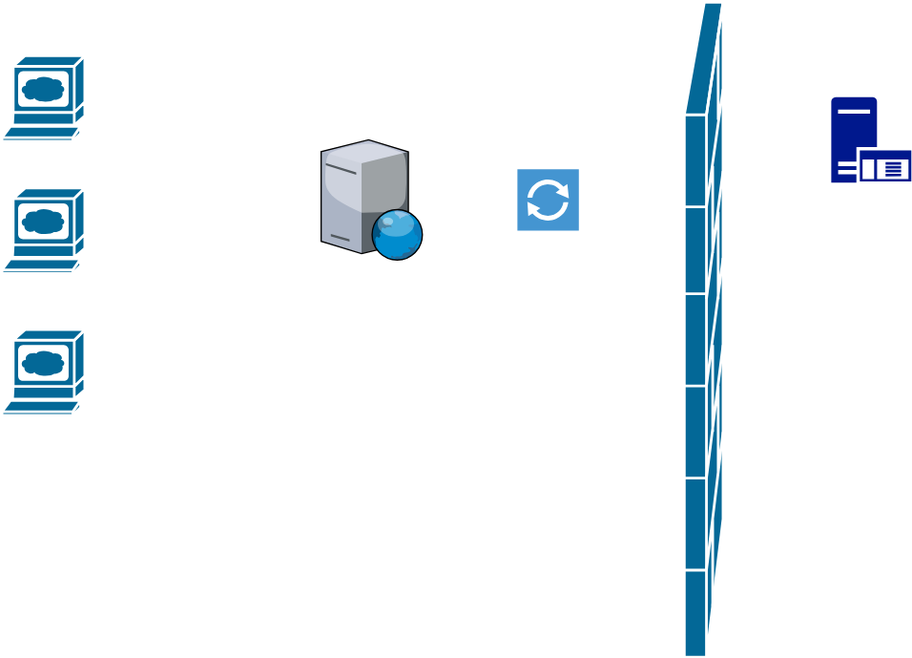
Before: tomcat connectors.svg, a diagram exported from draw.io (krisrad/graphics-tomcat). Source tidied: cells renumbered, new cells last; positions are measured from the earlier drawing's top-left corner, leaving out a move shared by most shapes.
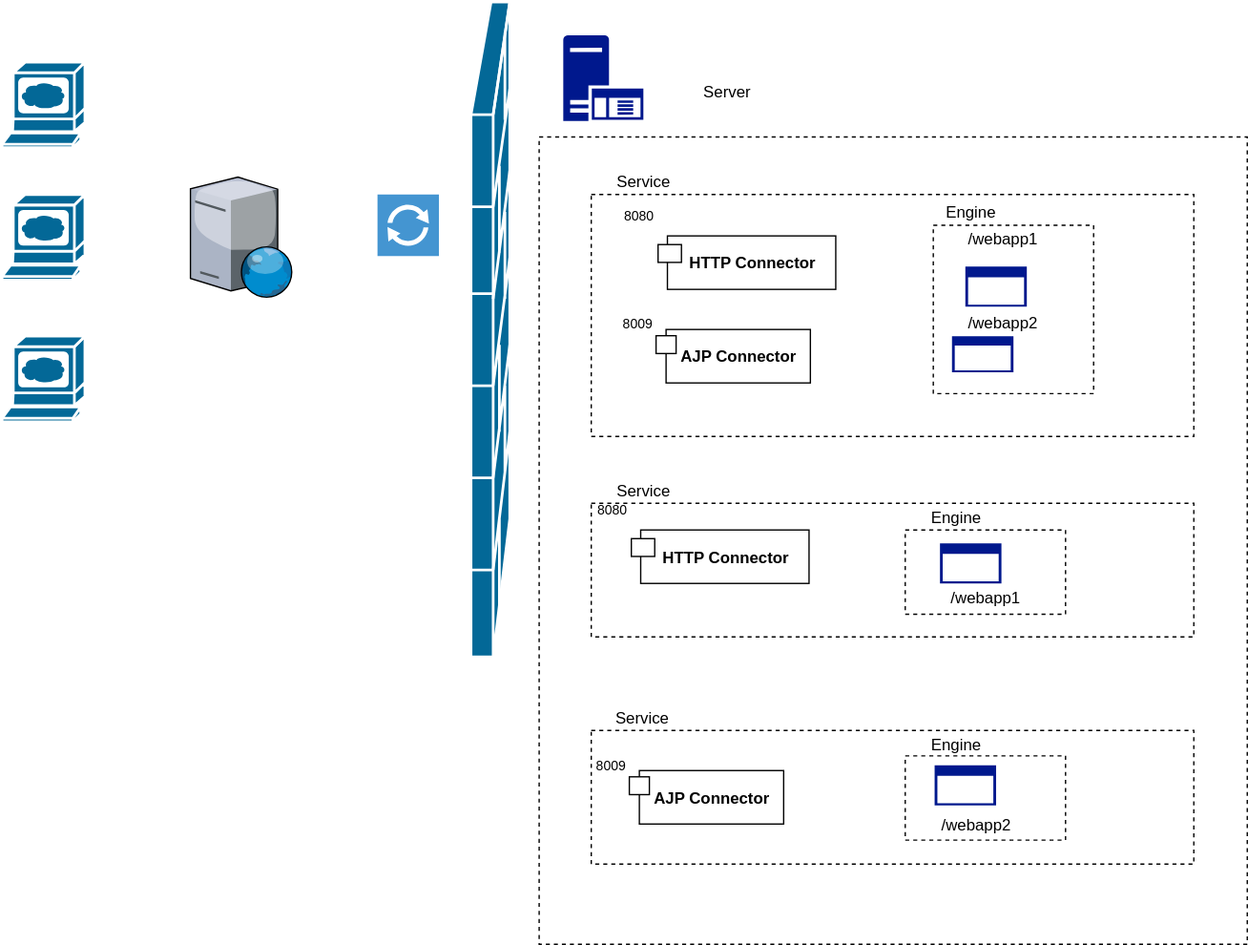
The same diagram one commit later.

Diff of the diagram source:
```diff
@@ -2,17 +2,32 @@
   <root>
     <mxCell id="0" />
     <mxCell id="1" parent="0" />
+    <mxCell id="9" style="rounded=0;whiteSpace=wrap;html=1;fillColor=none;dashed=1;" parent="1" vertex="1">
+      <mxGeometry x="402" y="96" width="530" height="604" as="geometry" />
+    </mxCell>
+    <mxCell id="10" style="rounded=0;whiteSpace=wrap;html=1;fillColor=none;dashed=1;" parent="1" vertex="1">
+      <mxGeometry x="441" y="370" width="451" height="100" as="geometry" />
+    </mxCell>
+    <mxCell id="11" style="rounded=0;whiteSpace=wrap;html=1;fillColor=none;dashed=1;" parent="1" vertex="1">
+      <mxGeometry x="676" y="390" width="120" height="63" as="geometry" />
+    </mxCell>
+    <mxCell id="12" style="rounded=0;whiteSpace=wrap;html=1;fillColor=none;dashed=1;" parent="1" vertex="1">
+      <mxGeometry x="441" y="139" width="451" height="181" as="geometry" />
+    </mxCell>
+    <mxCell id="13" style="rounded=0;whiteSpace=wrap;html=1;fillColor=none;dashed=1;" parent="1" vertex="1">
+      <mxGeometry x="697" y="162" width="120" height="126" as="geometry" />
+    </mxCell>
     <mxCell id="2" style="verticalLabelPosition=bottom;html=1;verticalAlign=top;strokeColor=none;shape=mxgraph.citrix.web_server;" parent="1" vertex="1">
-      <mxGeometry x="239" y="103" width="76.5" height="90" as="geometry" />
+      <mxGeometry x="141" y="126" width="76.5" height="90" as="geometry" />
     </mxCell>
     <mxCell id="3" style="shadow=0;dashed=0;html=1;strokeColor=none;shape=mxgraph.mscae.enterprise.application_server;fillColor=#00188D;" parent="1" vertex="1">
-      <mxGeometry x="621" y="71" width="60" height="64" as="geometry" />
+      <mxGeometry x="420" y="20" width="60" height="64" as="geometry" />
     </mxCell>
     <mxCell id="4" style="shadow=0;dashed=0;html=1;strokeColor=none;fillColor=#4495D1;labelPosition=center;verticalLabelPosition=bottom;verticalAlign=top;shape=mxgraph.veeam.2d.proxy;" parent="1" vertex="1">
-      <mxGeometry x="386" y="125" width="46" height="46" as="geometry" />
+      <mxGeometry x="281" y="139" width="46" height="46" as="geometry" />
     </mxCell>
     <mxCell id="5" style="shape=mxgraph.cisco.security.firewall;html=1;dashed=0;fillColor=#036897;strokeColor=#ffffff;strokeWidth=2;verticalLabelPosition=bottom;verticalAlign=top;" parent="1" vertex="1">
-      <mxGeometry x="511" width="29" height="490" as="geometry" />
+      <mxGeometry x="351" y="-5" width="29" height="490" as="geometry" />
     </mxCell>
     <mxCell id="6" style="shape=mxgraph.cisco.computers_and_peripherals.web_browser;html=1;dashed=0;fillColor=#036897;strokeColor=#ffffff;strokeWidth=2;verticalLabelPosition=bottom;verticalAlign=top;" parent="1" vertex="1">
       <mxGeometry y="40" width="62" height="64" as="geometry" />
@@ -23,5 +38,83 @@
     <mxCell id="8" style="shape=mxgraph.cisco.computers_and_peripherals.web_browser;html=1;dashed=0;fillColor=#036897;strokeColor=#ffffff;strokeWidth=2;verticalLabelPosition=bottom;verticalAlign=top;" parent="1" vertex="1">
       <mxGeometry y="245" width="62" height="64" as="geometry" />
     </mxCell>
+    <mxCell id="14" value="HTTP Connector" style="html=1;shape=mxgraph.sysml.port1;fontStyle=1;whiteSpace=wrap;align=center;direction=east;" parent="1" vertex="1">
+      <mxGeometry x="491" y="170" width="140" height="40" as="geometry" />
+    </mxCell>
+    <mxCell id="15" value="8080&lt;br&gt;&lt;br&gt;" style="shape=rect;html=1;align=right;verticalAlign=bottom;labelPosition=left;verticalLabelPosition=top;labelBackgroundColor=none;fontSize=10;" parent="14" vertex="1">
+      <mxGeometry y="6.5" width="17.5" height="13.3" as="geometry" />
+    </mxCell>
+    <mxCell id="16" value="AJP Connector" style="html=1;shape=mxgraph.sysml.port1;fontStyle=1;whiteSpace=wrap;align=center;direction=east;" parent="1" vertex="1">
+      <mxGeometry x="491" y="240" width="120" height="40" as="geometry" />
+    </mxCell>
+    <mxCell id="17" value="8009" style="shape=rect;html=1;align=right;verticalAlign=bottom;labelPosition=left;verticalLabelPosition=top;labelBackgroundColor=none;fontSize=10;" parent="16" vertex="1">
+      <mxGeometry x="-1.5" y="4.7" width="15" height="13.3" as="geometry" />
+    </mxCell>
+    <mxCell id="18" value="Server" style="text;html=1;strokeColor=none;fillColor=none;align=center;verticalAlign=middle;whiteSpace=wrap;dashed=1;" parent="1" vertex="1">
+      <mxGeometry x="505" y="52" width="76" height="20" as="geometry" />
+    </mxCell>
+    <mxCell id="19" value="Service" style="text;html=1;strokeColor=none;fillColor=none;align=center;verticalAlign=middle;whiteSpace=wrap;dashed=1;" parent="1" vertex="1">
+      <mxGeometry x="442" y="119" width="76" height="20" as="geometry" />
+    </mxCell>
+    <mxCell id="20" value="/webapp1" style="text;html=1;strokeColor=none;fillColor=none;align=center;verticalAlign=middle;whiteSpace=wrap;dashed=1;" parent="1" vertex="1">
+      <mxGeometry x="711" y="162" width="76" height="20" as="geometry" />
+    </mxCell>
+    <mxCell id="21" value="/webapp2" style="text;html=1;strokeColor=none;fillColor=none;align=center;verticalAlign=middle;whiteSpace=wrap;dashed=1;" parent="1" vertex="1">
+      <mxGeometry x="711" y="225" width="76" height="20" as="geometry" />
+    </mxCell>
+    <mxCell id="22" value="Engine" style="text;html=1;strokeColor=none;fillColor=none;align=center;verticalAlign=middle;whiteSpace=wrap;dashed=1;" parent="1" vertex="1">
+      <mxGeometry x="687" y="142" width="76" height="20" as="geometry" />
+    </mxCell>
+    <mxCell id="23" style="shadow=0;dashed=0;html=1;strokeColor=none;shape=mxgraph.mscae.enterprise.application_blank;fillColor=#00188D;" parent="1" vertex="1">
+      <mxGeometry x="702" y="400" width="46" height="30" as="geometry" />
+    </mxCell>
+    <mxCell id="24" style="shadow=0;dashed=0;html=1;strokeColor=none;shape=mxgraph.mscae.enterprise.application_blank;fillColor=#00188D;" parent="1" vertex="1">
+      <mxGeometry x="711" y="245" width="46" height="27" as="geometry" />
+    </mxCell>
+    <mxCell id="25" value="HTTP Connector" style="html=1;shape=mxgraph.sysml.port1;fontStyle=1;whiteSpace=wrap;align=center;direction=east;" parent="1" vertex="1">
+      <mxGeometry x="471" y="390" width="140" height="40" as="geometry" />
+    </mxCell>
+    <mxCell id="26" value="8080&lt;br&gt;&lt;br&gt;" style="shape=rect;html=1;align=right;verticalAlign=bottom;labelPosition=left;verticalLabelPosition=top;labelBackgroundColor=none;fontSize=10;" parent="25" vertex="1">
+      <mxGeometry y="6.5" width="17.5" height="13.3" as="geometry" />
+    </mxCell>
+    <mxCell id="27" style="shadow=0;dashed=0;html=1;strokeColor=none;shape=mxgraph.mscae.enterprise.application_blank;fillColor=#00188D;" parent="1" vertex="1">
+      <mxGeometry x="721" y="193" width="46" height="30" as="geometry" />
+    </mxCell>
+    <mxCell id="28" value="Service" style="text;html=1;strokeColor=none;fillColor=none;align=center;verticalAlign=middle;whiteSpace=wrap;dashed=1;" parent="1" vertex="1">
+      <mxGeometry x="442" y="350" width="76" height="20" as="geometry" />
+    </mxCell>
+    <mxCell id="29" value="Engine" style="text;html=1;strokeColor=none;fillColor=none;align=center;verticalAlign=middle;whiteSpace=wrap;dashed=1;" parent="1" vertex="1">
+      <mxGeometry x="676" y="370" width="76" height="20" as="geometry" />
+    </mxCell>
+    <mxCell id="30" value="/webapp1" style="text;html=1;strokeColor=none;fillColor=none;align=center;verticalAlign=middle;whiteSpace=wrap;dashed=1;" parent="1" vertex="1">
+      <mxGeometry x="698" y="430" width="76" height="20" as="geometry" />
+    </mxCell>
+    <mxCell id="31" style="rounded=0;whiteSpace=wrap;html=1;fillColor=none;dashed=1;" parent="1" vertex="1">
+      <mxGeometry x="441" y="540" width="451" height="100" as="geometry" />
+    </mxCell>
+    <mxCell id="32" value="AJP Connector" style="html=1;shape=mxgraph.sysml.port1;fontStyle=1;whiteSpace=wrap;align=center;direction=east;" parent="1" vertex="1">
+      <mxGeometry x="471" y="570" width="120" height="40" as="geometry" />
+    </mxCell>
+    <mxCell id="33" value="8009" style="shape=rect;html=1;align=right;verticalAlign=bottom;labelPosition=left;verticalLabelPosition=top;labelBackgroundColor=none;fontSize=10;" parent="32" vertex="1">
+      <mxGeometry x="-1.5" y="4.7" width="15" height="13.3" as="geometry" />
+    </mxCell>
+    <mxCell id="34" style="rounded=0;whiteSpace=wrap;html=1;fillColor=none;dashed=1;" parent="1" vertex="1">
+      <mxGeometry x="676" y="559" width="120" height="63" as="geometry" />
+    </mxCell>
+    <mxCell id="35" style="shadow=0;dashed=0;html=1;strokeColor=none;shape=mxgraph.mscae.enterprise.application_blank;fillColor=#00188D;" parent="1" vertex="1">
+      <mxGeometry x="698" y="566" width="46" height="30" as="geometry" />
+    </mxCell>
+    <mxCell id="36" style="edgeStyle=orthogonalEdgeStyle;rounded=0;html=1;exitX=0.5;exitY=1;entryX=0.5;entryY=1;jettySize=auto;orthogonalLoop=1;" parent="1" edge="1" source="30" target="30">
+      <mxGeometry relative="1" as="geometry" />
+    </mxCell>
+    <mxCell id="37" value="/webapp2" style="text;html=1;strokeColor=none;fillColor=none;align=center;verticalAlign=middle;whiteSpace=wrap;dashed=1;" parent="1" vertex="1">
+      <mxGeometry x="691" y="600" width="76" height="20" as="geometry" />
+    </mxCell>
+    <mxCell id="38" value="Engine" style="text;html=1;strokeColor=none;fillColor=none;align=center;verticalAlign=middle;whiteSpace=wrap;dashed=1;" parent="1" vertex="1">
+      <mxGeometry x="676" y="540" width="76" height="20" as="geometry" />
+    </mxCell>
+    <mxCell id="39" value="Service" style="text;html=1;strokeColor=none;fillColor=none;align=center;verticalAlign=middle;whiteSpace=wrap;dashed=1;" parent="1" vertex="1">
+      <mxGeometry x="441" y="520" width="76" height="20" as="geometry" />
+    </mxCell>
   </root>
 </mxGraphModel>
```
